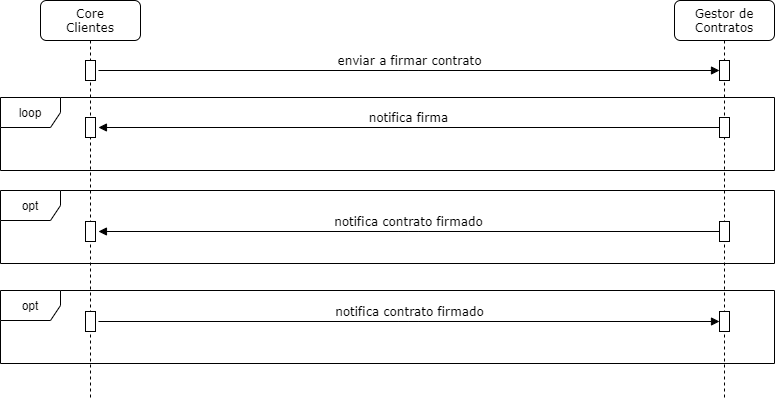
This is Entidad Legal/Diagrama de Interacción Gestor.png from Derivatik/Recursos-Documentacion, a draw.io export, as it was before one commit. Source tidied: cells renumbered, new cells last; positions are measured from the earlier drawing's top-left corner, leaving out a move shared by most shapes.
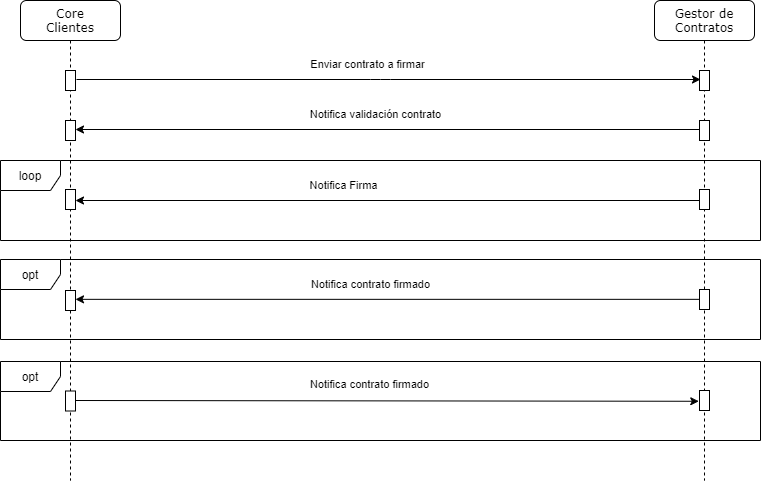
After the change.

Commit message:
modificacion diagrama secuencia gestor contrato

Change to the diagram source:
```diff
@@ -3,55 +3,94 @@
     <mxCell id="0" />
     <mxCell id="1" parent="0" />
     <mxCell id="2" value="opt" style="shape=umlFrame;whiteSpace=wrap;html=1;" parent="1" vertex="1">
-      <mxGeometry y="290" width="774" height="73" as="geometry" />
+      <mxGeometry x="20" y="361" width="760" height="79" as="geometry" />
     </mxCell>
-    <mxCell id="3" value="enviar a firmar contrato" style="html=1;verticalAlign=bottom;endArrow=block;labelBackgroundColor=none;fontFamily=Verdana;fontSize=12;edgeStyle=elbowEdgeStyle;elbow=vertical;exitX=1.295;exitY=0.5;exitDx=0;exitDy=0;exitPerimeter=0;" parent="1" edge="1" source="7" target="5">
-      <mxGeometry relative="1" as="geometry" />
-    </mxCell>
     <mxCell id="4" value="Gestor de&lt;br&gt;Contratos" style="shape=umlLifeline;perimeter=lifelinePerimeter;whiteSpace=wrap;html=1;rounded=1;shadow=0;comic=0;labelBackgroundColor=none;strokeWidth=1;fontFamily=Verdana;fontSize=12;align=center;" parent="1" vertex="1">
-      <mxGeometry x="674" width="100" height="400" as="geometry" />
+      <mxGeometry x="674" width="100" height="480" as="geometry" />
     </mxCell>
     <mxCell id="5" style="html=1;points=[];perimeter=orthogonalPerimeter;rounded=0;shadow=0;comic=0;labelBackgroundColor=none;strokeWidth=1;fontFamily=Verdana;fontSize=12;align=center;" parent="4" vertex="1">
-      <mxGeometry x="45" y="60" width="10" height="20" as="geometry" />
+      <mxGeometry x="45" y="70" width="10" height="20" as="geometry" />
     </mxCell>
+    <mxCell id="19" style="html=1;points=[];perimeter=orthogonalPerimeter;rounded=0;shadow=0;comic=0;labelBackgroundColor=none;strokeWidth=1;fontFamily=Verdana;fontSize=12;align=center;" parent="4" vertex="1">
+      <mxGeometry x="45" y="120" width="10" height="20" as="geometry" />
+    </mxCell>
     <mxCell id="6" value="Core&lt;br&gt;Clientes" style="shape=umlLifeline;perimeter=lifelinePerimeter;whiteSpace=wrap;html=1;rounded=1;shadow=0;comic=0;labelBackgroundColor=none;strokeWidth=1;fontFamily=Verdana;fontSize=12;align=center;" parent="1" vertex="1">
-      <mxGeometry x="40" width="100" height="400" as="geometry" />
+      <mxGeometry x="40" width="100" height="480" as="geometry" />
     </mxCell>
     <mxCell id="7" style="html=1;points=[];perimeter=orthogonalPerimeter;rounded=0;shadow=0;comic=0;labelBackgroundColor=none;strokeWidth=1;fontFamily=Verdana;fontSize=12;align=center;" parent="6" vertex="1">
-      <mxGeometry x="45" y="60" width="10" height="20" as="geometry" />
+      <mxGeometry x="45" y="70" width="10" height="20" as="geometry" />
     </mxCell>
+    <mxCell id="20" style="html=1;points=[];perimeter=orthogonalPerimeter;rounded=0;shadow=0;comic=0;labelBackgroundColor=none;strokeWidth=1;fontFamily=Verdana;fontSize=12;align=center;" parent="6" vertex="1">
+      <mxGeometry x="45" y="120" width="10" height="20" as="geometry" />
+    </mxCell>
     <mxCell id="8" value="loop" style="shape=umlFrame;whiteSpace=wrap;html=1;" parent="1" vertex="1">
-      <mxGeometry y="97" width="774" height="73" as="geometry" />
+      <mxGeometry x="20" y="160" width="760" height="80" as="geometry" />
     </mxCell>
-    <mxCell id="9" value="notifica firma" style="html=1;verticalAlign=bottom;endArrow=block;labelBackgroundColor=none;fontFamily=Verdana;fontSize=12;edgeStyle=elbowEdgeStyle;elbow=vertical;entryX=1.295;entryY=0.5;entryDx=0;entryDy=0;entryPerimeter=0;" parent="1" edge="1" source="10" target="11">
-      <mxGeometry relative="1" as="geometry" />
-    </mxCell>
     <mxCell id="10" style="html=1;points=[];perimeter=orthogonalPerimeter;rounded=0;shadow=0;comic=0;labelBackgroundColor=none;strokeWidth=1;fontFamily=Verdana;fontSize=12;align=center;" parent="1" vertex="1">
-      <mxGeometry x="719" y="117" width="10" height="20" as="geometry" />
+      <mxGeometry x="719" y="189" width="10" height="20" as="geometry" />
     </mxCell>
     <mxCell id="11" style="html=1;points=[];perimeter=orthogonalPerimeter;rounded=0;shadow=0;comic=0;labelBackgroundColor=none;strokeWidth=1;fontFamily=Verdana;fontSize=12;align=center;" parent="1" vertex="1">
-      <mxGeometry x="85" y="117" width="10" height="20" as="geometry" />
+      <mxGeometry x="85" y="189" width="10" height="20" as="geometry" />
     </mxCell>
-    <mxCell id="12" value="notifica contrato firmado" style="html=1;verticalAlign=bottom;endArrow=block;labelBackgroundColor=none;fontFamily=Verdana;fontSize=12;edgeStyle=elbowEdgeStyle;elbow=vertical;entryX=1.295;entryY=0.5;entryDx=0;entryDy=0;entryPerimeter=0;" parent="1" edge="1" source="13" target="14">
-      <mxGeometry relative="1" as="geometry" />
-    </mxCell>
     <mxCell id="13" style="html=1;points=[];perimeter=orthogonalPerimeter;rounded=0;shadow=0;comic=0;labelBackgroundColor=none;strokeWidth=1;fontFamily=Verdana;fontSize=12;align=center;" parent="1" vertex="1">
-      <mxGeometry x="719" y="221" width="10" height="20" as="geometry" />
+      <mxGeometry x="719" y="289" width="10" height="20" as="geometry" />
     </mxCell>
     <mxCell id="14" style="html=1;points=[];perimeter=orthogonalPerimeter;rounded=0;shadow=0;comic=0;labelBackgroundColor=none;strokeWidth=1;fontFamily=Verdana;fontSize=12;align=center;" parent="1" vertex="1">
-      <mxGeometry x="85" y="221" width="10" height="20" as="geometry" />
+      <mxGeometry x="85" y="290" width="10" height="20" as="geometry" />
     </mxCell>
     <mxCell id="15" value="opt" style="shape=umlFrame;whiteSpace=wrap;html=1;" parent="1" vertex="1">
-      <mxGeometry y="190" width="774" height="73" as="geometry" />
+      <mxGeometry x="20" y="259" width="760" height="80" as="geometry" />
     </mxCell>
-    <mxCell id="16" value="notifica contrato firmado" style="html=1;verticalAlign=bottom;endArrow=block;labelBackgroundColor=none;fontFamily=Verdana;fontSize=12;edgeStyle=elbowEdgeStyle;elbow=vertical;exitX=1.295;exitY=0.5;exitDx=0;exitDy=0;exitPerimeter=0;" parent="1" edge="1" source="18" target="17">
-      <mxGeometry relative="1" as="geometry" />
-    </mxCell>
     <mxCell id="17" style="html=1;points=[];perimeter=orthogonalPerimeter;rounded=0;shadow=0;comic=0;labelBackgroundColor=none;strokeWidth=1;fontFamily=Verdana;fontSize=12;align=center;" parent="1" vertex="1">
-      <mxGeometry x="719" y="311" width="10" height="20" as="geometry" />
+      <mxGeometry x="719" y="390" width="10" height="20" as="geometry" />
     </mxCell>
     <mxCell id="18" style="html=1;points=[];perimeter=orthogonalPerimeter;rounded=0;shadow=0;comic=0;labelBackgroundColor=none;strokeWidth=1;fontFamily=Verdana;fontSize=12;align=center;" parent="1" vertex="1">
-      <mxGeometry x="85" y="311" width="10" height="20" as="geometry" />
+      <mxGeometry x="85" y="390.5" width="10" height="20" as="geometry" />
     </mxCell>
+    <mxCell id="21" style="endArrow=classic;html=1;exitX=0;exitY=0.45;exitDx=0;exitDy=0;exitPerimeter=0;" parent="1" edge="1" source="19" target="20">
+      <mxGeometry relative="1" as="geometry" />
+    </mxCell>
+    <mxCell id="22" value="Notifica validación contrato" style="edgeLabel;html=1;align=center;verticalAlign=middle;" parent="21" vertex="1">
+      <mxGeometry x="0.05" y="-1" relative="1" as="geometry">
+        <mxPoint x="2" y="-15" as="offset" />
+      </mxGeometry>
+    </mxCell>
+    <mxCell id="23" style="endArrow=classic;html=1;exitX=1.1;exitY=0.45;exitDx=0;exitDy=0;exitPerimeter=0;" parent="1" edge="1" source="7">
+      <mxGeometry relative="1" as="geometry">
+        <mxPoint x="720" y="79" as="targetPoint" />
+        <Array as="points">
+          <mxPoint x="400" y="79" />
+        </Array>
+      </mxGeometry>
+    </mxCell>
+    <mxCell id="24" value="Enviar contrato a firmar" style="edgeLabel;html=1;align=center;verticalAlign=middle;" parent="23" vertex="1">
+      <mxGeometry x="-0.03" y="-44" relative="1" as="geometry">
+        <mxPoint x="-14" y="-60" as="offset" />
+      </mxGeometry>
+    </mxCell>
+    <mxCell id="9" style="endArrow=classic;html=1;exitX=-0.033;exitY=0.55;exitDx=0;exitDy=0;exitPerimeter=0;entryX=1;entryY=0.55;entryDx=0;entryDy=0;entryPerimeter=0;" parent="1" edge="1" source="10" target="11">
+      <mxGeometry relative="1" as="geometry" />
+    </mxCell>
+    <mxCell id="25" value="Notifica Firma" style="edgeLabel;html=1;align=center;verticalAlign=middle;" parent="9" vertex="1">
+      <mxGeometry x="0.07" relative="1" as="geometry">
+        <mxPoint x="-22" y="-16" as="offset" />
+      </mxGeometry>
+    </mxCell>
+    <mxCell id="12" style="endArrow=classic;html=1;exitX=-0.017;exitY=0.492;exitDx=0;exitDy=0;exitPerimeter=0;" parent="1" edge="1" source="13" target="14">
+      <mxGeometry relative="1" as="geometry" />
+    </mxCell>
+    <mxCell id="26" value="Notifica contrato firmado" style="edgeLabel;html=1;align=center;verticalAlign=middle;" parent="12" vertex="1">
+      <mxGeometry x="0.05" y="2" relative="1" as="geometry">
+        <mxPoint x="-4" y="-18" as="offset" />
+      </mxGeometry>
+    </mxCell>
+    <mxCell id="16" style="endArrow=classic;html=1;entryX=-0.072;entryY=0.539;entryDx=0;entryDy=0;entryPerimeter=0;exitX=1;exitY=0.475;exitDx=0;exitDy=0;exitPerimeter=0;" parent="1" edge="1" source="18" target="17">
+      <mxGeometry relative="1" as="geometry" />
+    </mxCell>
+    <mxCell id="27" value="Notifica contrato firmado" style="edgeLabel;html=1;align=center;verticalAlign=middle;" parent="16" vertex="1">
+      <mxGeometry x="-0.1" y="1" relative="1" as="geometry">
+        <mxPoint x="15" y="-16.4" as="offset" />
+      </mxGeometry>
+    </mxCell>
   </root>
 </mxGraphModel>
```
